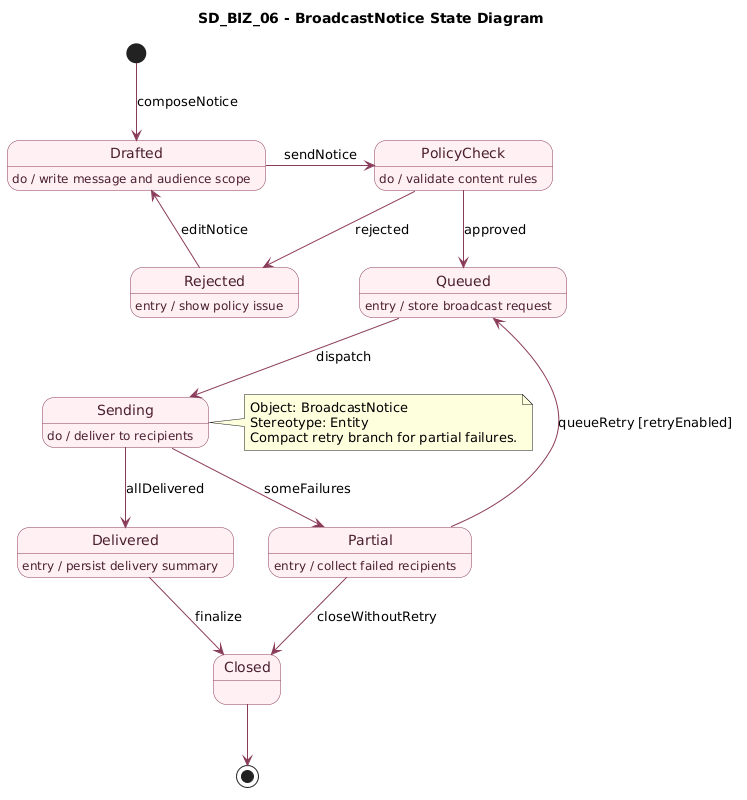
Before: State Diagrams/BusinessRole/SD_BIZ_06_Broadcast_Notice.png, a diagram exported from PlantUML (gorge-unc23/4ThePlot). The source it was exported from:
```plantuml
@startuml
title SD_BIZ_06 - BroadcastNotice State Diagram
top to bottom direction

skinparam state {
  BackgroundColor #FFF0F4
  BorderColor #8A3B5A
  FontColor #4B2030
  ArrowColor #8A3B5A
}

[*] -down-> Drafted : composeNotice

state Drafted
Drafted : do / write message and audience scope
Drafted -> PolicyCheck : sendNotice

state PolicyCheck
PolicyCheck : do / validate content rules
PolicyCheck --> Queued : approved
PolicyCheck --> Rejected : rejected

state Rejected
Rejected : entry / show policy issue
Rejected --> Drafted : editNotice

state Queued
Queued : entry / store broadcast request
Queued --> Sending : dispatch

state Sending
Sending : do / deliver to recipients
Sending --> Delivered : allDelivered
Sending --> Partial : someFailures

state Partial
Partial : entry / collect failed recipients
Partial --> Queued : queueRetry [retryEnabled]
Partial --> Closed : closeWithoutRetry

state Delivered
Delivered : entry / persist delivery summary
Delivered --> Closed : finalize

state Closed
Closed --> [*]

note right of Sending
Object: BroadcastNotice
Stereotype: Entity
Compact retry branch for partial failures.
end note
@enduml
```
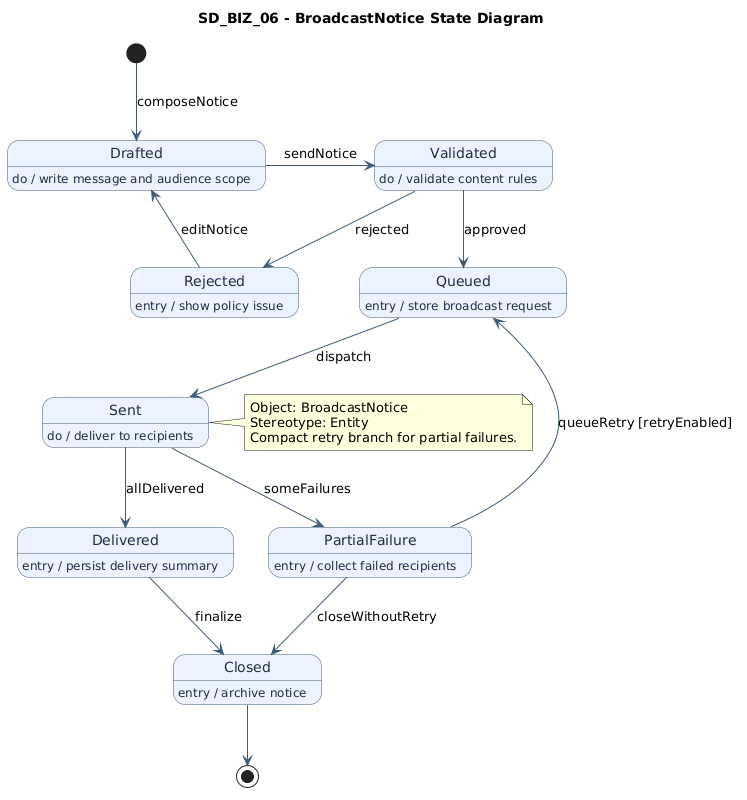
The same diagram one commit later.

The edit, as a diff of the source:
```diff
@@ -3,22 +3,22 @@
 top to bottom direction
 
 skinparam state {
-  BackgroundColor #FFF0F4
-  BorderColor #8A3B5A
-  FontColor #4B2030
-  ArrowColor #8A3B5A
+  BackgroundColor #EAF3FF
+  BorderColor #3E5A78
+  FontColor #1F2D3A
+  ArrowColor #3E5A78
 }
 
 [*] -down-> Drafted : composeNotice
 
 state Drafted
 Drafted : do / write message and audience scope
-Drafted -> PolicyCheck : sendNotice
+Drafted -> Validated : sendNotice
 
-state PolicyCheck
-PolicyCheck : do / validate content rules
-PolicyCheck --> Queued : approved
-PolicyCheck --> Rejected : rejected
+state Validated
+Validated : do / validate content rules
+Validated --> Queued : approved
+Validated --> Rejected : rejected
 
 state Rejected
 Rejected : entry / show policy issue
@@ -26,26 +26,27 @@
 
 state Queued
 Queued : entry / store broadcast request
-Queued --> Sending : dispatch
+Queued --> Sent : dispatch
 
-state Sending
-Sending : do / deliver to recipients
-Sending --> Delivered : allDelivered
-Sending --> Partial : someFailures
+state Sent
+Sent : do / deliver to recipients
+Sent --> Delivered : allDelivered
+Sent --> PartialFailure : someFailures
 
-state Partial
-Partial : entry / collect failed recipients
-Partial --> Queued : queueRetry [retryEnabled]
-Partial --> Closed : closeWithoutRetry
+state PartialFailure
+PartialFailure : entry / collect failed recipients
+PartialFailure --> Queued : queueRetry [retryEnabled]
+PartialFailure --> Closed : closeWithoutRetry
 
 state Delivered
 Delivered : entry / persist delivery summary
 Delivered --> Closed : finalize
 
 state Closed
+Closed : entry / archive notice
 Closed --> [*]
 
-note right of Sending
+note right of Sent
 Object: BroadcastNotice
 Stereotype: Entity
 Compact retry branch for partial failures.
```
